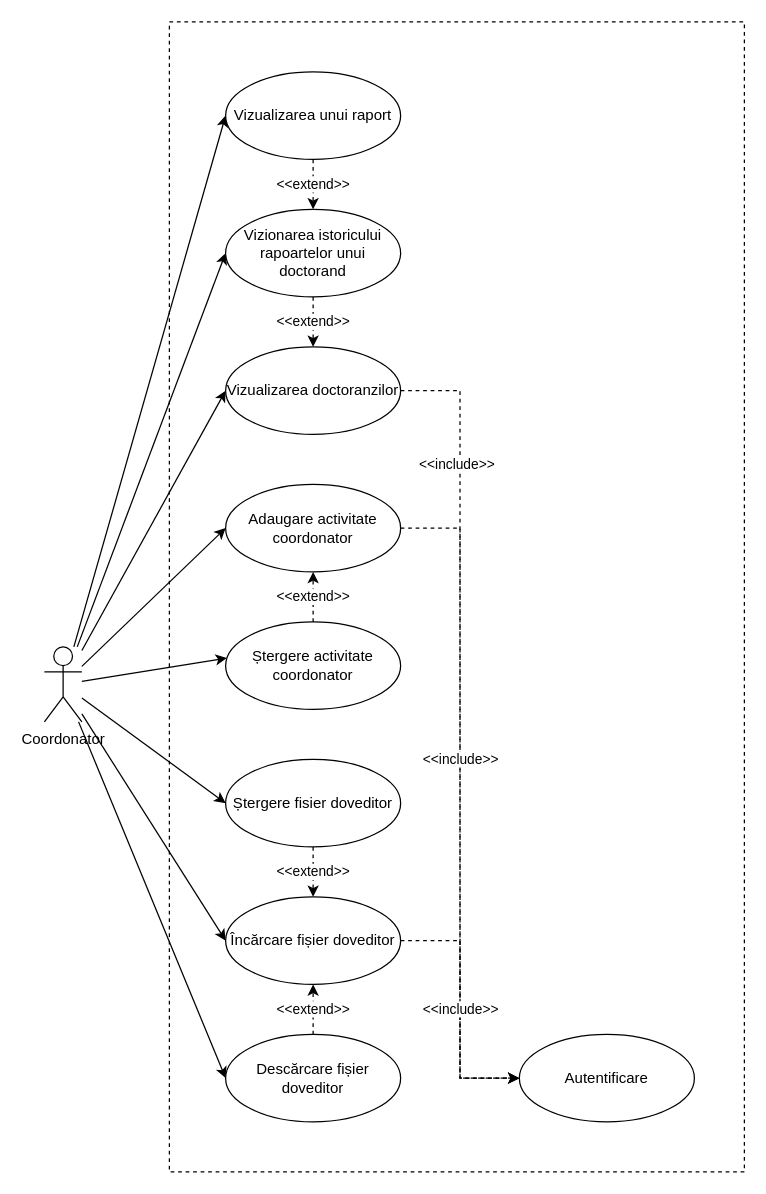
This is page "coordinator use-case" (6 of 7) of files/diagrams.drawio from valentin-stamate/dashboard-activitatie-academica, a draw.io file, before an edit. Source tidied: cells renumbered, new cells numbered last; positions are measured from the earlier drawing's top-left corner, leaving out a move shared by most shapes. Both pictures are drawn from the tidied source at 125%, with x=0, y=0 at pixel (44, 21).
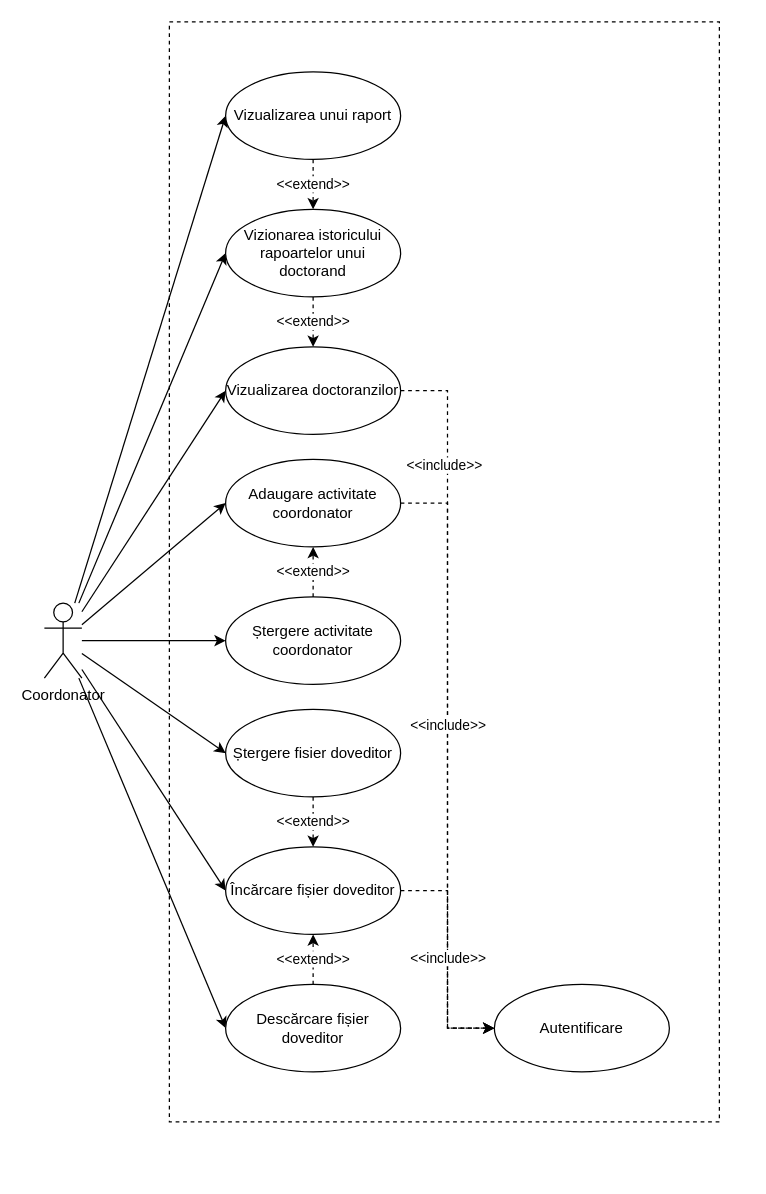
The same page after the edit.

What changed in the source:
```diff
@@
     <mxCell id="2" style="rounded=0;whiteSpace=wrap;html=1;fillColor=none;dashed=1;" parent="1" vertex="1">
-      <mxGeometry x="100" width="460" height="920" as="geometry" />
+      <mxGeometry x="100" width="440" height="880" as="geometry" />
     </mxCell>
@@
-    <mxCell id="6" style="edgeStyle=none;rounded=0;jettySize=auto;html=1;entryX=0.007;entryY=0.414;entryDx=0;entryDy=0;entryPerimeter=0;" parent="1" edge="1" source="11" target="24">
+    <mxCell id="6" style="edgeStyle=none;rounded=0;jettySize=auto;html=1;entryX=0;entryY=0.5;entryDx=0;entryDy=0;" parent="1" edge="1" source="11" target="24">
       <mxGeometry relative="1" as="geometry" />
     </mxCell>
@@
     <mxCell id="11" value="Coordonator" style="shape=umlActor;html=1;verticalLabelPosition=bottom;verticalAlign=top;align=center;" parent="1" vertex="1">
-      <mxGeometry y="500" width="30" height="60" as="geometry" />
+      <mxGeometry y="465" width="30" height="60" as="geometry" />
     </mxCell>
@@
     <mxCell id="19" value="Adaugare activitate coordonator" style="ellipse;whiteSpace=wrap;html=1;" parent="1" vertex="1">
-      <mxGeometry x="145" y="370" width="140" height="70" as="geometry" />
+      <mxGeometry x="145" y="350" width="140" height="70" as="geometry" />
     </mxCell>
     <mxCell id="20" value="Autentificare" style="ellipse;whiteSpace=wrap;html=1;" parent="1" vertex="1">
-      <mxGeometry x="380" y="810" width="140" height="70" as="geometry" />
+      <mxGeometry x="360" y="770" width="140" height="70" as="geometry" />
     </mxCell>
@@
     <mxCell id="24" value="Ștergere activitate coordonator" style="ellipse;whiteSpace=wrap;html=1;" parent="1" vertex="1">
-      <mxGeometry x="145" y="480" width="140" height="70" as="geometry" />
+      <mxGeometry x="145" y="460" width="140" height="70" as="geometry" />
     </mxCell>
@@
     <mxCell id="27" value="Încărcare fișier doveditor" style="ellipse;whiteSpace=wrap;html=1;" parent="1" vertex="1">
-      <mxGeometry x="145" y="700" width="140" height="70" as="geometry" />
+      <mxGeometry x="145" y="660" width="140" height="70" as="geometry" />
     </mxCell>
@@
     <mxCell id="29" value="Ștergere fisier doveditor" style="ellipse;whiteSpace=wrap;html=1;" parent="1" vertex="1">
-      <mxGeometry x="145" y="590" width="140" height="70" as="geometry" />
+      <mxGeometry x="145" y="550" width="140" height="70" as="geometry" />
     </mxCell>
@@
     <mxCell id="31" value="Descărcare fișier doveditor" style="ellipse;whiteSpace=wrap;html=1;" parent="1" vertex="1">
-      <mxGeometry x="145" y="810" width="140" height="70" as="geometry" />
+      <mxGeometry x="145" y="770" width="140" height="70" as="geometry" />
     </mxCell>
```
